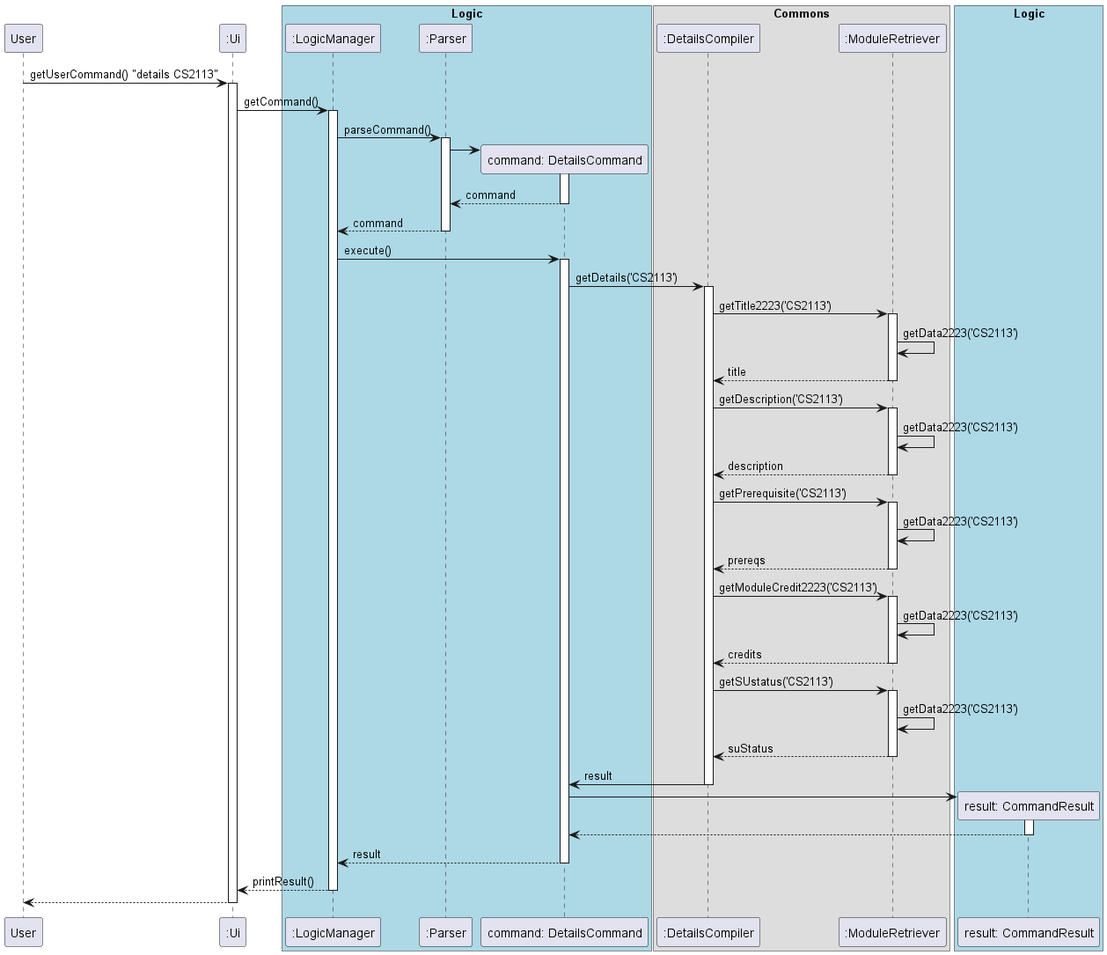
The PlantUML diagram docs/uml/diagrams/DetailsSequence.png in sriram-senthilkr/tp, before a commit. Source of this version:
```plantuml
@startuml
participant User
participant ":Ui" as Ui

box "Logic" #LightBlue
participant ":LogicManager" as LogicManager
participant ":Parser" as Parser
participant "command: DetailsCommand" as DetailsCommand
box "Commons"
participant ":DetailsCompiler" as DetailsCompiler
participant ":ModuleRetriever" as ModuleRetriever
end box
participant "result: CommandResult" as CommandResult
end box

box "Model" #LightPink

end box


User -> Ui: getUserCommand() "details CS2113"
activate Ui

Ui -> LogicManager: getCommand()
activate LogicManager

LogicManager -> Parser: parseCommand()
activate Parser

create DetailsCommand
Parser -> DetailsCommand
activate DetailsCommand

DetailsCommand --> Parser: command
deactivate DetailsCommand

Parser --> LogicManager: command
deactivate Parser


LogicManager -> DetailsCommand: execute()
activate DetailsCommand






DetailsCommand -> DetailsCompiler: getDetails('CS2113')
activate DetailsCompiler

DetailsCompiler -> ModuleRetriever: getTitle2223('CS2113')
activate ModuleRetriever
ModuleRetriever -> ModuleRetriever: getData2223('CS2113')
ModuleRetriever --> DetailsCompiler: title
deactivate ModuleRetriever

DetailsCompiler -> ModuleRetriever: getDescription('CS2113')
activate ModuleRetriever
ModuleRetriever -> ModuleRetriever: getData2223('CS2113')
ModuleRetriever --> DetailsCompiler: description
deactivate ModuleRetriever


DetailsCompiler -> ModuleRetriever: getPrerequisite('CS2113')
activate ModuleRetriever
ModuleRetriever -> ModuleRetriever: getData2223('CS2113')
ModuleRetriever --> DetailsCompiler: prereqs
deactivate ModuleRetriever


DetailsCompiler -> ModuleRetriever: getModuleCredit2223('CS2113')
activate ModuleRetriever
ModuleRetriever -> ModuleRetriever: getData2223('CS2113')
ModuleRetriever --> DetailsCompiler: credits
deactivate ModuleRetriever

DetailsCompiler -> ModuleRetriever: getSUstatus('CS2113')
activate ModuleRetriever
ModuleRetriever -> ModuleRetriever: getData2223('CS2113')
ModuleRetriever --> DetailsCompiler: suStatus
deactivate ModuleRetriever

DetailsCompiler -> DetailsCommand: result
deactivate DetailsCompiler

create CommandResult
DetailsCommand -> CommandResult
activate CommandResult
CommandResult --> DetailsCommand
deactivate CommandResult

DetailsCommand --> LogicManager: result
deactivate DetailsCommand

LogicManager --> Ui: printResult()
deactivate LogicManager

Ui --> User
deactivate Ui

@enduml
```
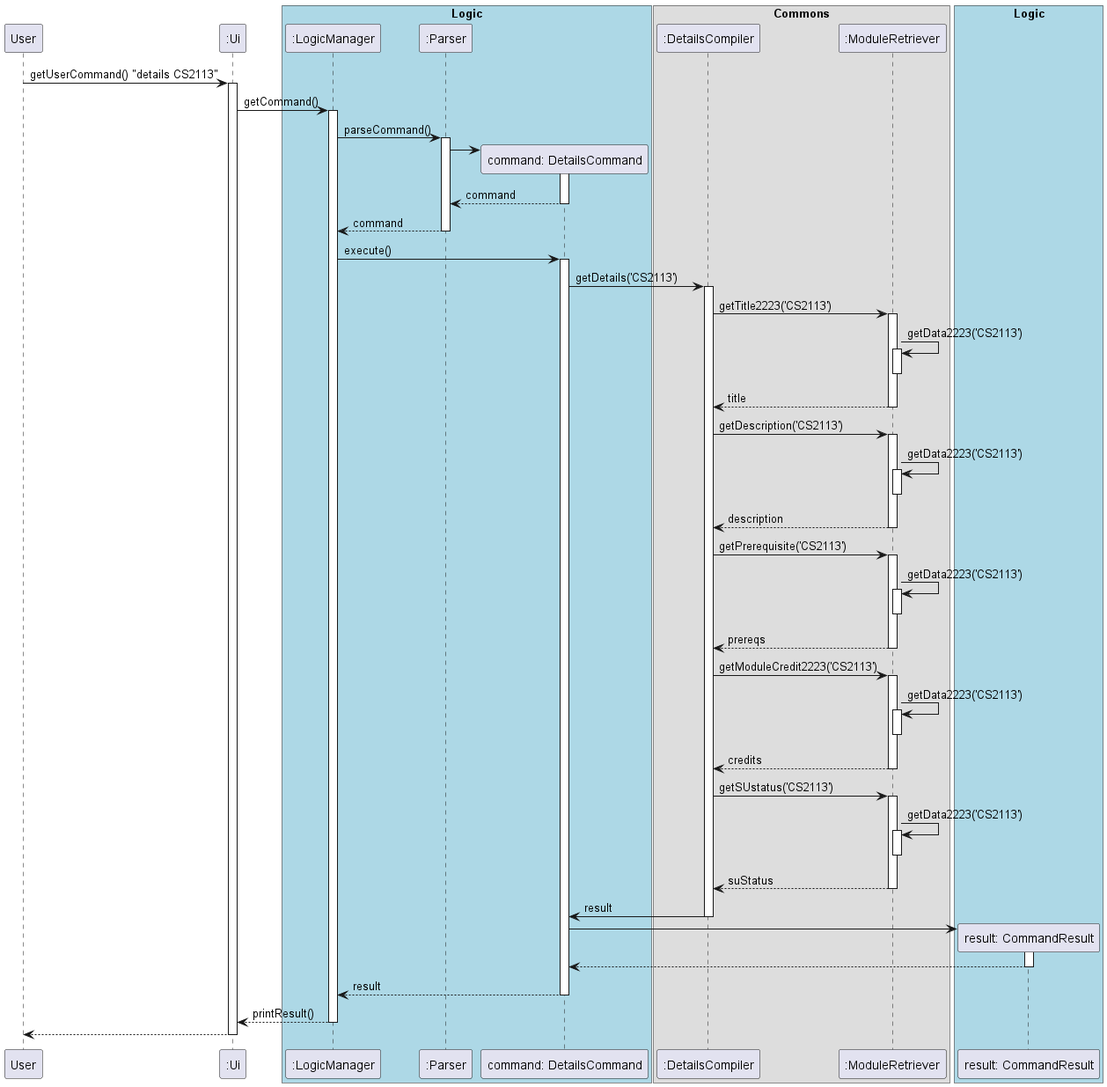
The same diagram one commit later.

Commit message:
Add Details Sequence Diagram to DG, reformat 'help' command

The edit, as a diff of the source:
```diff
@@ -52,12 +52,16 @@
 DetailsCompiler -> ModuleRetriever: getTitle2223('CS2113')
 activate ModuleRetriever
 ModuleRetriever -> ModuleRetriever: getData2223('CS2113')
+activate ModuleRetriever
+deactivate ModuleRetriever
 ModuleRetriever --> DetailsCompiler: title
 deactivate ModuleRetriever
 
 DetailsCompiler -> ModuleRetriever: getDescription('CS2113')
 activate ModuleRetriever
 ModuleRetriever -> ModuleRetriever: getData2223('CS2113')
+activate ModuleRetriever
+deactivate ModuleRetriever
 ModuleRetriever --> DetailsCompiler: description
 deactivate ModuleRetriever
 
@@ -65,6 +69,8 @@
 DetailsCompiler -> ModuleRetriever: getPrerequisite('CS2113')
 activate ModuleRetriever
 ModuleRetriever -> ModuleRetriever: getData2223('CS2113')
+activate ModuleRetriever
+deactivate ModuleRetriever
 ModuleRetriever --> DetailsCompiler: prereqs
 deactivate ModuleRetriever
 
@@ -72,12 +78,16 @@
 DetailsCompiler -> ModuleRetriever: getModuleCredit2223('CS2113')
 activate ModuleRetriever
 ModuleRetriever -> ModuleRetriever: getData2223('CS2113')
+activate ModuleRetriever
+deactivate ModuleRetriever
 ModuleRetriever --> DetailsCompiler: credits
 deactivate ModuleRetriever
 
 DetailsCompiler -> ModuleRetriever: getSUstatus('CS2113')
 activate ModuleRetriever
 ModuleRetriever -> ModuleRetriever: getData2223('CS2113')
+activate ModuleRetriever
+deactivate ModuleRetriever
 ModuleRetriever --> DetailsCompiler: suStatus
 deactivate ModuleRetriever
 
```
